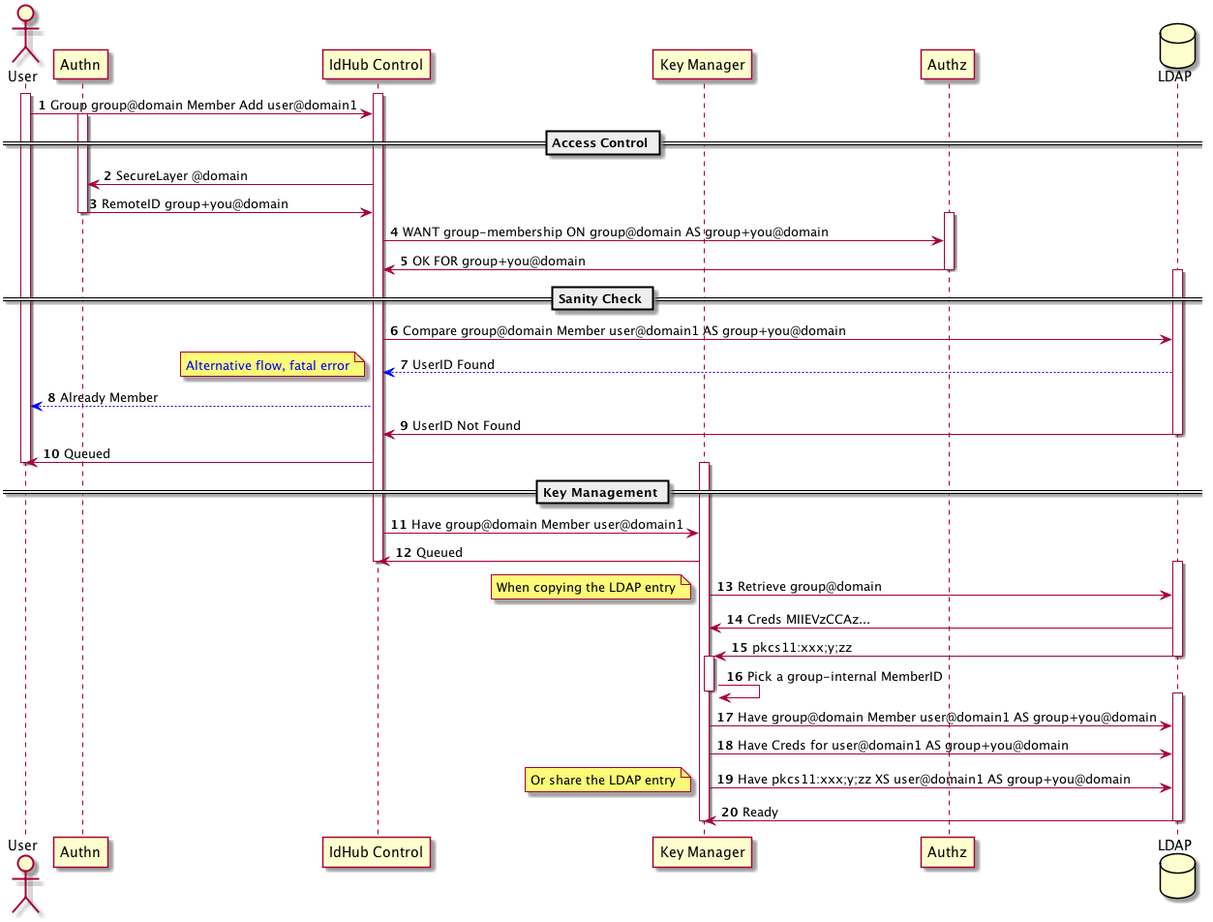
Before: group-member-add.png, a diagram exported from PlantUML (arpa2/identityhub-design).
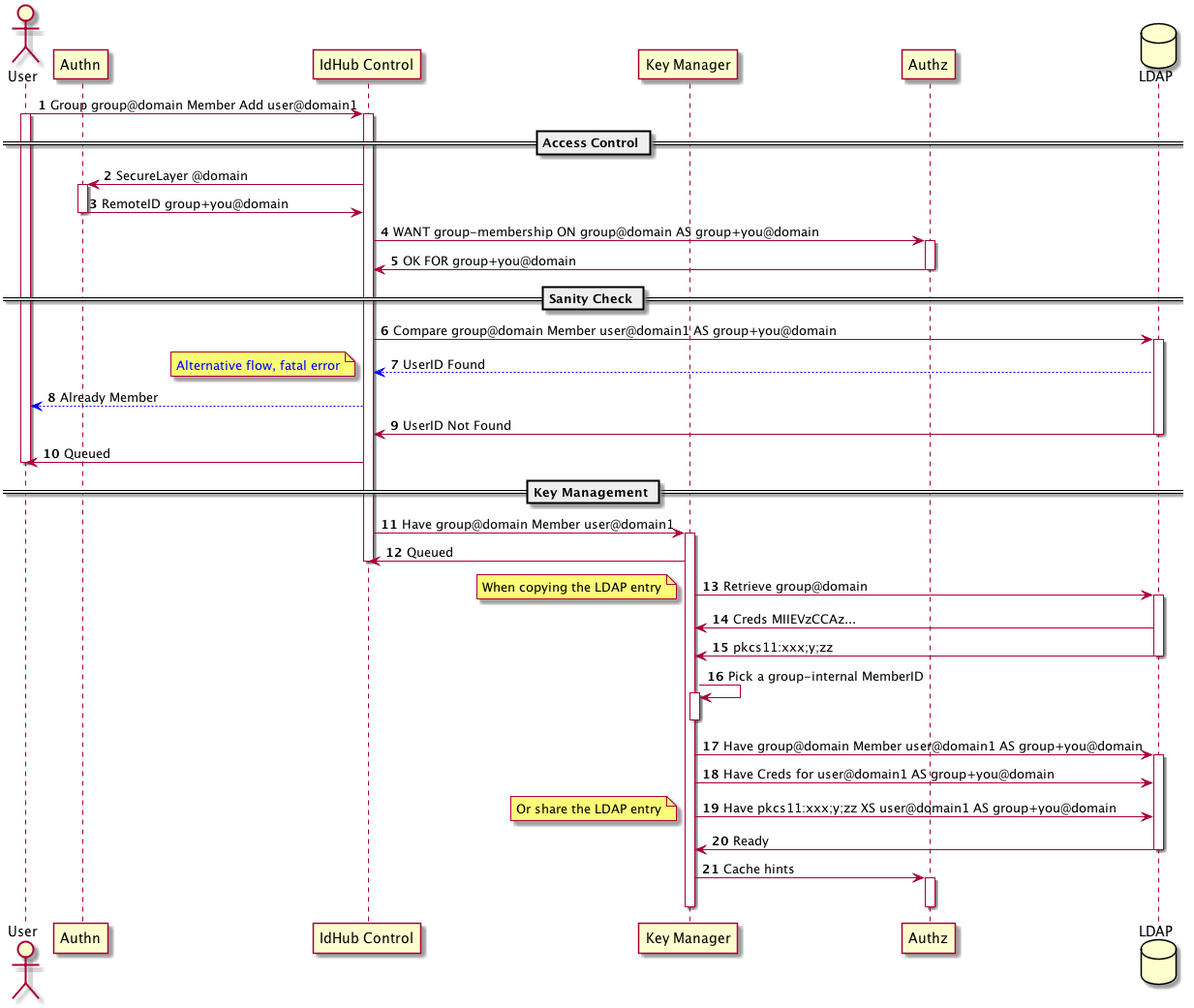
Later version of the same file.

Change to the diagram source:
```diff
@@ -9,26 +9,26 @@
 
 autonumber
 
+User -> Control: Group group@domain Member Add user@domain1
 activate User
 activate Control
-User -> Control: Group group@domain Member Add user@domain1
 
 == Access Control ==
 
+	Control -> Authn: SecureLayer @domain
 	activate Authn
-	Control -> Authn: SecureLayer @domain
 	Authn -> Control: RemoteID group+you@domain
 	deactivate Authn
 
+	Control -> Authz: WANT group-membership ON group@domain AS group+you@domain
 	activate Authz
-	Control -> Authz: WANT group-membership ON group@domain AS group+you@domain
 	Authz -> Control: OK FOR group+you@domain
 	deactivate Authz
 
 == Sanity Check ==
 
+	Control -> LDAP: Compare group@domain Member user@domain1 AS group+you@domain
 	activate LDAP
-	Control -> LDAP: Compare group@domain Member user@domain1 AS group+you@domain
 	LDAP -[#blue]-> Control: UserID Found
 note left: <color:blue>Alternative flow, fatal error</color>
 Control -[#blue]-> User: Already Member
@@ -40,26 +40,26 @@
 
 == Key Management ==
 
+	Control -> KeyManager: Have group@domain Member user@domain1
 	activate KeyManager
-	Control -> KeyManager: Have group@domain Member user@domain1
 	KeyManager -> Control: Queued
 deactivate Control
 
 
+	KeyManager -> LDAP: Retrieve group@domain
 	activate LDAP
-	KeyManager -> LDAP: Retrieve group@domain
 	note left: When copying the LDAP entry
 
 	LDAP -> KeyManager: Creds MIIEVzCCAz...
 	LDAP -> KeyManager: pkcs11:xxx;y;zz
 	deactivate LDAP
 
+	KeyManager -> KeyManager: Pick a group-internal MemberID
 	activate KeyManager
-	KeyManager -> KeyManager: Pick a group-internal MemberID
 	deactivate KeyManager
 
+	KeyManager -> LDAP: Have group@domain Member user@domain1 AS group+you@domain
 	activate LDAP
-	KeyManager -> LDAP: Have group@domain Member user@domain1 AS group+you@domain
 	KeyManager -> LDAP: Have Creds for user@domain1 AS group+you@domain
 	KeyManager -> LDAP: Have pkcs11:xxx;y;zz XS user@domain1 AS group+you@domain
 	note left: Or share the LDAP entry
@@ -67,6 +67,10 @@
 	LDAP -> KeyManager: Ready
 	deactivate LDAP
 
+	KeyManager -> Authz: Cache hints
+	activate Authz
+	deactivate Authz
+
 	deactivate KeyManager
 
 @enduml
```
